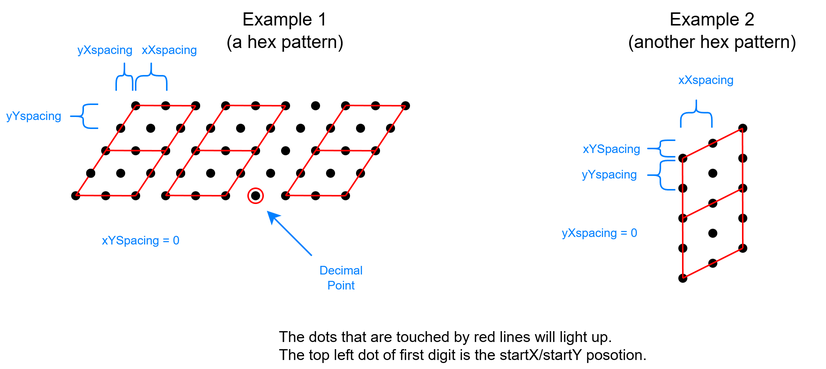
Earlier version of the draw.io export mesh_panel_temp_display_arduino/dot_diagram.png (jerry20091103/mesh_panel_temp_display). Source tidied: cells renumbered, new cells last; positions are measured from the earlier drawing's top-left corner, leaving out a move shared by most shapes.
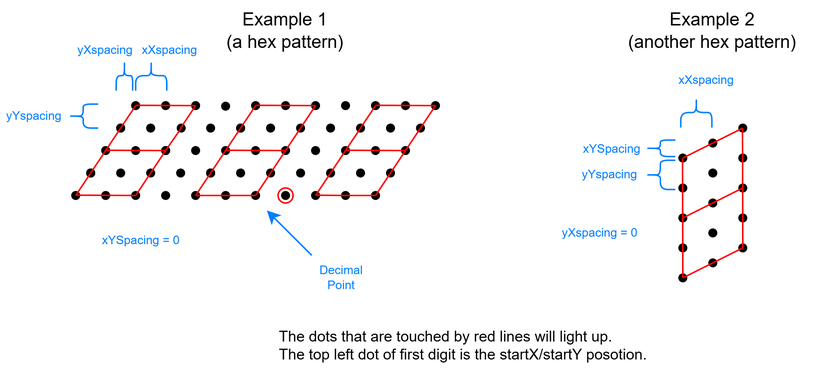
The same diagram one commit later.

Commit message:
Modify design doc and diagram.

What changed in the source:
```diff
@@ -4,2 +4,14 @@
     <mxCell id="1" parent="0" />
+    <mxCell id="78" style="shape=waypoint;sketch=0;fillStyle=solid;size=6;points=[];fillColor=none;perimeter=centerPerimeter;snapToPoint=1;" parent="1" vertex="1">
+      <mxGeometry x="220" y="120" width="20" height="20" as="geometry" />
+    </mxCell>
+    <mxCell id="127" style="shape=waypoint;sketch=0;fillStyle=solid;size=6;points=[];fillColor=none;perimeter=centerPerimeter;snapToPoint=1;" parent="1" vertex="1">
+      <mxGeometry x="110.4" y="75" width="20" height="20" as="geometry" />
+    </mxCell>
+    <mxCell id="103" style="shape=waypoint;sketch=0;fillStyle=solid;size=6;points=[];fillColor=none;perimeter=centerPerimeter;snapToPoint=1;" parent="1" vertex="1">
+      <mxGeometry x="50" y="105" width="20" height="20" as="geometry" />
+    </mxCell>
+    <mxCell id="56" style="shape=waypoint;sketch=0;fillStyle=solid;size=6;points=[];fillColor=none;perimeter=centerPerimeter;snapToPoint=1;" parent="1" vertex="1">
+      <mxGeometry x="120" y="120" width="20" height="20" as="geometry" />
+    </mxCell>
     <mxCell id="2" style="shape=waypoint;sketch=0;fillStyle=solid;size=6;fillColor=none;perimeter=centerPerimeter;" parent="1" vertex="1">
@@ -50,9 +62,9 @@
     <mxCell id="17" style="shape=waypoint;sketch=0;fillStyle=solid;size=6;fillColor=none;perimeter=centerPerimeter;" parent="1" vertex="1">
-      <mxGeometry x="130" y="75" width="20" height="20" as="geometry" />
+      <mxGeometry x="150" y="75" width="20" height="20" as="geometry" />
     </mxCell>
     <mxCell id="18" style="shape=waypoint;sketch=0;fillStyle=solid;size=6;fillColor=none;perimeter=centerPerimeter;" parent="1" vertex="1">
-      <mxGeometry x="110" y="105" width="20" height="20" as="geometry" />
+      <mxGeometry x="130" y="105" width="20" height="20" as="geometry" />
     </mxCell>
     <mxCell id="19" style="shape=waypoint;sketch=0;fillStyle=solid;size=6;fillColor=none;perimeter=centerPerimeter;" parent="1" vertex="1">
-      <mxGeometry x="110" y="105" width="20" height="20" as="geometry" />
+      <mxGeometry x="130" y="105" width="20" height="20" as="geometry" />
     </mxCell>
@@ -62,3 +74,3 @@
     <mxCell id="21" style="shape=waypoint;sketch=0;fillStyle=solid;size=6;fillColor=none;perimeter=centerPerimeter;" parent="1" vertex="1">
-      <mxGeometry x="120" y="60" width="20" height="20" as="geometry" />
+      <mxGeometry x="140" y="60.4" width="20" height="20" as="geometry" />
     </mxCell>
@@ -68,3 +80,3 @@
     <mxCell id="23" style="shape=waypoint;sketch=0;fillStyle=solid;size=6;points=[];fillColor=none;perimeter=centerPerimeter;snapToPoint=1;" parent="1" vertex="1">
-      <mxGeometry x="110" y="75" width="20" height="20" as="geometry" />
+      <mxGeometry x="130" y="75" width="20" height="20" as="geometry" />
     </mxCell>
@@ -86,39 +98,39 @@
     <mxCell id="29" style="shape=waypoint;sketch=0;fillStyle=solid;size=6;fillColor=none;perimeter=centerPerimeter;" parent="1" vertex="1">
-      <mxGeometry x="110" y="75" width="20" height="20" as="geometry" />
+      <mxGeometry x="120" y="90" width="20" height="20" as="geometry" />
     </mxCell>
     <mxCell id="30" style="shape=waypoint;sketch=0;fillStyle=solid;size=6;fillColor=none;perimeter=centerPerimeter;" parent="1" vertex="1">
-      <mxGeometry x="120" y="120" width="20" height="20" as="geometry" />
+      <mxGeometry x="140" y="120" width="20" height="20" as="geometry" />
     </mxCell>
     <mxCell id="31" style="shape=waypoint;sketch=0;fillStyle=solid;size=6;fillColor=none;perimeter=centerPerimeter;" parent="1" vertex="1">
-      <mxGeometry x="160" y="60" width="20" height="20" as="geometry" />
+      <mxGeometry x="180" y="60" width="20" height="20" as="geometry" />
     </mxCell>
     <mxCell id="32" style="shape=waypoint;sketch=0;fillStyle=solid;size=6;fillColor=none;perimeter=centerPerimeter;" parent="1" vertex="1">
-      <mxGeometry x="140" y="90" width="20" height="20" as="geometry" />
+      <mxGeometry x="160" y="90" width="20" height="20" as="geometry" />
     </mxCell>
     <mxCell id="33" style="shape=waypoint;sketch=0;fillStyle=solid;size=6;fillColor=none;perimeter=centerPerimeter;" parent="1" vertex="1">
-      <mxGeometry x="200" y="120" width="20" height="20" as="geometry" />
+      <mxGeometry x="240" y="120" width="20" height="20" as="geometry" />
     </mxCell>
     <mxCell id="34" style="shape=waypoint;sketch=0;fillStyle=solid;size=6;fillColor=none;perimeter=centerPerimeter;" parent="1" vertex="1">
-      <mxGeometry x="240" y="60" width="20" height="20" as="geometry" />
+      <mxGeometry x="260" y="60" width="20" height="20" as="geometry" />
     </mxCell>
     <mxCell id="35" style="shape=waypoint;sketch=0;fillStyle=solid;size=6;fillColor=none;perimeter=centerPerimeter;" parent="1" vertex="1">
-      <mxGeometry x="220" y="90" width="20" height="20" as="geometry" />
+      <mxGeometry x="240" y="90" width="20" height="20" as="geometry" />
     </mxCell>
     <mxCell id="36" style="shape=waypoint;sketch=0;fillStyle=solid;size=6;fillColor=none;perimeter=centerPerimeter;" parent="1" vertex="1">
-      <mxGeometry x="150" y="105" width="20" height="20" as="geometry" />
+      <mxGeometry x="170" y="105" width="20" height="20" as="geometry" />
     </mxCell>
     <mxCell id="37" style="shape=waypoint;sketch=0;fillStyle=solid;size=6;fillColor=none;perimeter=centerPerimeter;" parent="1" vertex="1">
-      <mxGeometry x="170" y="75" width="20" height="20" as="geometry" />
+      <mxGeometry x="190" y="75" width="20" height="20" as="geometry" />
     </mxCell>
     <mxCell id="38" style="shape=waypoint;sketch=0;fillStyle=solid;size=6;fillColor=none;perimeter=centerPerimeter;" parent="1" vertex="1">
-      <mxGeometry x="190" y="105" width="20" height="20" as="geometry" />
+      <mxGeometry x="210" y="105" width="20" height="20" as="geometry" />
     </mxCell>
     <mxCell id="39" style="shape=waypoint;sketch=0;fillStyle=solid;size=6;fillColor=none;perimeter=centerPerimeter;" parent="1" vertex="1">
-      <mxGeometry x="210" y="75" width="20" height="20" as="geometry" />
+      <mxGeometry x="230" y="75" width="20" height="20" as="geometry" />
     </mxCell>
     <mxCell id="40" style="shape=waypoint;sketch=0;fillStyle=solid;size=6;fillColor=none;perimeter=centerPerimeter;" parent="1" vertex="1">
-      <mxGeometry x="230" y="105" width="20" height="20" as="geometry" />
+      <mxGeometry x="250" y="105" width="20" height="20" as="geometry" />
     </mxCell>
     <mxCell id="41" style="shape=waypoint;sketch=0;fillStyle=solid;size=6;fillColor=none;perimeter=centerPerimeter;" parent="1" vertex="1">
-      <mxGeometry x="250" y="75" width="20" height="20" as="geometry" />
+      <mxGeometry x="270" y="75" width="20" height="20" as="geometry" />
     </mxCell>
@@ -128,6 +140,6 @@
     <mxCell id="43" style="shape=waypoint;sketch=0;fillStyle=solid;size=6;fillColor=none;perimeter=centerPerimeter;" parent="1" vertex="1">
-      <mxGeometry x="110" y="105" width="20" height="20" as="geometry" />
+      <mxGeometry x="130" y="105" width="20" height="20" as="geometry" />
     </mxCell>
     <mxCell id="44" style="shape=waypoint;sketch=0;fillStyle=solid;size=6;fillColor=none;perimeter=centerPerimeter;" parent="1" vertex="1">
-      <mxGeometry x="130" y="75" width="20" height="20" as="geometry" />
+      <mxGeometry x="150" y="75" width="20" height="20" as="geometry" />
     </mxCell>
@@ -137,3 +149,3 @@
     <mxCell id="46" style="shape=waypoint;sketch=0;fillStyle=solid;size=6;points=[];fillColor=none;perimeter=centerPerimeter;snapToPoint=1;" parent="1" vertex="1">
-      <mxGeometry x="180" y="120" width="20" height="20" as="geometry" />
+      <mxGeometry x="200" y="120" width="20" height="20" as="geometry" />
     </mxCell>
@@ -161,3 +173,3 @@
     <mxCell id="53" style="shape=waypoint;sketch=0;fillStyle=solid;size=6;fillColor=none;perimeter=centerPerimeter;" parent="1" vertex="1">
-      <mxGeometry x="120" y="90" width="20" height="20" as="geometry" />
+      <mxGeometry x="140" y="90" width="20" height="20" as="geometry" />
     </mxCell>
@@ -169,22 +181,19 @@
     </mxCell>
-    <mxCell id="56" style="shape=waypoint;sketch=0;fillStyle=solid;size=6;points=[];fillColor=none;perimeter=centerPerimeter;snapToPoint=1;" parent="1" vertex="1">
-      <mxGeometry x="100" y="120" width="20" height="20" as="geometry" />
-    </mxCell>
     <mxCell id="57" style="shape=waypoint;sketch=0;fillStyle=solid;size=6;fillColor=none;perimeter=centerPerimeter;" parent="1" vertex="1">
-      <mxGeometry x="140" y="60" width="20" height="20" as="geometry" />
+      <mxGeometry x="160" y="60" width="20" height="20" as="geometry" />
     </mxCell>
     <mxCell id="58" style="shape=waypoint;sketch=0;fillStyle=solid;size=6;fillColor=none;perimeter=centerPerimeter;" parent="1" vertex="1">
-      <mxGeometry x="180" y="60" width="20" height="20" as="geometry" />
+      <mxGeometry x="200" y="60" width="20" height="20" as="geometry" />
     </mxCell>
     <mxCell id="59" style="shape=waypoint;sketch=0;fillStyle=solid;size=6;fillColor=none;perimeter=centerPerimeter;" parent="1" vertex="1">
-      <mxGeometry x="160" y="90" width="20" height="20" as="geometry" />
+      <mxGeometry x="180" y="90" width="20" height="20" as="geometry" />
     </mxCell>
     <mxCell id="60" style="shape=waypoint;sketch=0;fillStyle=solid;size=6;fillColor=none;perimeter=centerPerimeter;" parent="1" vertex="1">
-      <mxGeometry x="140" y="120" width="20" height="20" as="geometry" />
+      <mxGeometry x="160" y="120" width="20" height="20" as="geometry" />
     </mxCell>
     <mxCell id="61" style="shape=waypoint;sketch=0;fillStyle=solid;size=6;fillColor=none;perimeter=centerPerimeter;" parent="1" vertex="1">
-      <mxGeometry x="180" y="90" width="20" height="20" as="geometry" />
+      <mxGeometry x="200" y="90" width="20" height="20" as="geometry" />
     </mxCell>
     <mxCell id="62" style="shape=waypoint;sketch=0;fillStyle=solid;size=6;fillColor=none;perimeter=centerPerimeter;" parent="1" vertex="1">
-      <mxGeometry x="160" y="120" width="20" height="20" as="geometry" />
+      <mxGeometry x="180" y="120" width="20" height="20" as="geometry" />
     </mxCell>
@@ -228,4 +237,4 @@
       <mxGeometry relative="1" as="geometry">
-        <mxPoint x="130" y="100" as="sourcePoint" />
-        <mxPoint x="150" y="70" as="targetPoint" />
+        <mxPoint x="150" y="100" as="sourcePoint" />
+        <mxPoint x="170" y="70" as="targetPoint" />
       </mxGeometry>
@@ -234,4 +243,4 @@
       <mxGeometry relative="1" as="geometry">
-        <mxPoint x="110" y="130" as="sourcePoint" />
-        <mxPoint x="130" y="100" as="targetPoint" />
+        <mxPoint x="130" y="130" as="sourcePoint" />
+        <mxPoint x="150" y="100" as="targetPoint" />
       </mxGeometry>
@@ -240,4 +249,4 @@
       <mxGeometry relative="1" as="geometry">
-        <mxPoint x="170" y="100" as="sourcePoint" />
-        <mxPoint x="190" y="70" as="targetPoint" />
+        <mxPoint x="190" y="100" as="sourcePoint" />
+        <mxPoint x="210" y="70" as="targetPoint" />
       </mxGeometry>
@@ -246,4 +255,4 @@
       <mxGeometry relative="1" as="geometry">
-        <mxPoint x="150" y="130" as="sourcePoint" />
-        <mxPoint x="170" y="100" as="targetPoint" />
+        <mxPoint x="170" y="130" as="sourcePoint" />
+        <mxPoint x="190" y="100" as="targetPoint" />
       </mxGeometry>
@@ -251,19 +260,16 @@
     <mxCell id="74" style="shape=waypoint;sketch=0;fillStyle=solid;size=6;points=[];fillColor=none;perimeter=centerPerimeter;snapToPoint=1;" parent="1" vertex="1">
-      <mxGeometry x="220" y="60" width="20" height="20" as="geometry" />
+      <mxGeometry x="240" y="60" width="20" height="20" as="geometry" />
     </mxCell>
     <mxCell id="75" style="shape=waypoint;sketch=0;fillStyle=solid;size=6;points=[];fillColor=none;perimeter=centerPerimeter;snapToPoint=1;" parent="1" vertex="1">
-      <mxGeometry x="260" y="60" width="20" height="20" as="geometry" />
+      <mxGeometry x="280" y="60" width="20" height="20" as="geometry" />
     </mxCell>
     <mxCell id="76" style="shape=waypoint;sketch=0;fillStyle=solid;size=6;fillColor=none;perimeter=centerPerimeter;" parent="1" vertex="1">
-      <mxGeometry x="240" y="90" width="20" height="20" as="geometry" />
+      <mxGeometry x="260" y="90" width="20" height="20" as="geometry" />
     </mxCell>
     <mxCell id="77" style="shape=waypoint;sketch=0;fillStyle=solid;size=6;points=[];fillColor=none;perimeter=centerPerimeter;snapToPoint=1;" parent="1" vertex="1">
-      <mxGeometry x="200" y="90" width="20" height="20" as="geometry" />
+      <mxGeometry x="220" y="90" width="20" height="20" as="geometry" />
     </mxCell>
-    <mxCell id="78" style="shape=waypoint;sketch=0;fillStyle=solid;size=6;points=[];fillColor=none;perimeter=centerPerimeter;snapToPoint=1;" parent="1" vertex="1">
-      <mxGeometry x="220" y="120" width="20" height="20" as="geometry" />
-    </mxCell>
     <mxCell id="79" style="endArrow=none;html=1;strokeColor=#FF0000;entryX=0.376;entryY=0.536;entryDx=0;entryDy=0;entryPerimeter=0;" parent="1" edge="1" target="75">
       <mxGeometry relative="1" as="geometry">
-        <mxPoint x="230" y="69.8" as="sourcePoint" />
+        <mxPoint x="250" y="69.8" as="sourcePoint" />
       </mxGeometry>
@@ -272,10 +278,9 @@
       <mxGeometry relative="1" as="geometry">
-        <mxPoint x="210" y="99.8" as="sourcePoint" />
-        <mxPoint x="250" y="100" as="targetPoint" />
+        <mxPoint x="230" y="99.8" as="sourcePoint" />
+        <mxPoint x="270" y="100" as="targetPoint" />
       </mxGeometry>
     </mxCell>
-    <mxCell id="81" style="endArrow=none;html=1;strokeColor=#FF0000;entryX=0.376;entryY=0.536;entryDx=0;entryDy=0;entryPerimeter=0;" parent="1" edge="1">
+    <mxCell id="81" style="endArrow=none;html=1;strokeColor=#FF0000;entryX=0.376;entryY=0.536;entryDx=0;entryDy=0;entryPerimeter=0;startArrow=none;" parent="1" edge="1" source="78">
       <mxGeometry relative="1" as="geometry">
-        <mxPoint x="190" y="129.8" as="sourcePoint" />
-        <mxPoint x="230" y="130" as="targetPoint" />
+        <mxPoint x="250" y="130" as="targetPoint" />
       </mxGeometry>
@@ -285,5 +290,6 @@
     </mxCell>
-    <mxCell id="83" style="endArrow=none;html=1;strokeColor=#FF0000;exitDx=0;exitDy=0;exitPerimeter=0;startArrow=none;" parent="1" edge="1" source="46">
+    <mxCell id="83" style="endArrow=none;html=1;strokeColor=#FF0000;exitDx=0;exitDy=0;exitPerimeter=0;startArrow=none;" parent="1" edge="1">
       <mxGeometry relative="1" as="geometry">
-        <mxPoint x="210" y="100" as="targetPoint" />
+        <mxPoint x="210" y="130" as="sourcePoint" />
+        <mxPoint x="230" y="100" as="targetPoint" />
       </mxGeometry>
@@ -292,4 +298,4 @@
       <mxGeometry relative="1" as="geometry">
-        <mxPoint x="250" y="100" as="sourcePoint" />
-        <mxPoint x="270" y="70" as="targetPoint" />
+        <mxPoint x="270" y="100" as="sourcePoint" />
+        <mxPoint x="290" y="70" as="targetPoint" />
       </mxGeometry>
@@ -298,4 +304,4 @@
       <mxGeometry relative="1" as="geometry">
-        <mxPoint x="230" y="130" as="sourcePoint" />
-        <mxPoint x="250" y="100" as="targetPoint" />
+        <mxPoint x="250" y="130" as="sourcePoint" />
+        <mxPoint x="270" y="100" as="targetPoint" />
       </mxGeometry>
@@ -303,3 +309,3 @@
     <mxCell id="86" style="shape=waypoint;sketch=0;fillStyle=solid;size=6;fillColor=none;perimeter=centerPerimeter;" parent="1" vertex="1">
-      <mxGeometry x="200" y="60" width="20" height="20" as="geometry" />
+      <mxGeometry x="220" y="60" width="20" height="20" as="geometry" />
     </mxCell>
@@ -307,4 +313,4 @@
       <mxGeometry relative="1" as="geometry">
-        <mxPoint x="207.5" y="130" as="sourcePoint" />
-        <mxPoint x="207.5" y="130" as="targetPoint" />
+        <mxPoint x="227.5" y="130" as="sourcePoint" />
+        <mxPoint x="227.5" y="130" as="targetPoint" />
       </mxGeometry>
@@ -313,4 +319,4 @@
       <mxGeometry relative="1" as="geometry">
-        <mxPoint x="150" y="69.8" as="sourcePoint" />
-        <mxPoint x="190" y="70" as="targetPoint" />
+        <mxPoint x="170" y="69.8" as="sourcePoint" />
+        <mxPoint x="210" y="70" as="targetPoint" />
       </mxGeometry>
@@ -319,10 +325,9 @@
       <mxGeometry relative="1" as="geometry">
-        <mxPoint x="130" y="99.8" as="sourcePoint" />
-        <mxPoint x="170" y="100" as="targetPoint" />
+        <mxPoint x="150" y="99.8" as="sourcePoint" />
+        <mxPoint x="190" y="100" as="targetPoint" />
       </mxGeometry>
     </mxCell>
-    <mxCell id="90" style="endArrow=none;html=1;strokeColor=#FF0000;entryX=0.376;entryY=0.536;entryDx=0;entryDy=0;entryPerimeter=0;" parent="1" edge="1">
+    <mxCell id="90" style="endArrow=none;html=1;strokeColor=#FF0000;entryX=0.376;entryY=0.536;entryDx=0;entryDy=0;entryPerimeter=0;startArrow=none;" parent="1" edge="1" source="56">
       <mxGeometry relative="1" as="geometry">
-        <mxPoint x="110" y="129.8" as="sourcePoint" />
-        <mxPoint x="150" y="130" as="targetPoint" />
+        <mxPoint x="170" y="130" as="targetPoint" />
       </mxGeometry>
@@ -330,3 +335,3 @@
     <mxCell id="91" style="ellipse;whiteSpace=wrap;html=1;strokeColor=#FF0000;fillColor=none;" parent="1" vertex="1">
-      <mxGeometry x="165" y="125" width="10" height="10" as="geometry" />
+      <mxGeometry x="185" y="125" width="10" height="10" as="geometry" />
     </mxCell>
@@ -370,8 +375,5 @@
     </mxCell>
-    <mxCell id="103" style="shape=waypoint;sketch=0;fillStyle=solid;size=6;points=[];fillColor=none;perimeter=centerPerimeter;snapToPoint=1;" parent="1" vertex="1">
-      <mxGeometry x="50" y="105" width="20" height="20" as="geometry" />
-    </mxCell>
-    <mxCell id="104" style="endArrow=none;html=1;strokeColor=#FF0000;exitX=0.544;exitY=0.396;exitDx=0;exitDy=0;exitPerimeter=0;" parent="1" edge="1" target="23">
+    <mxCell id="104" style="endArrow=none;html=1;strokeColor=#FF0000;exitDx=0;exitDy=0;exitPerimeter=0;startArrow=none;" parent="1" edge="1" source="127">
       <mxGeometry relative="1" as="geometry">
-        <mxPoint x="110" y="100" as="sourcePoint" />
+        <mxPoint x="120" y="85" as="targetPoint" />
       </mxGeometry>
@@ -384,18 +386,18 @@
     <mxCell id="106" style="shape=waypoint;sketch=0;fillStyle=solid;size=6;fillColor=none;perimeter=centerPerimeter;" parent="1" vertex="1">
-      <mxGeometry x="130" y="105" width="20" height="20" as="geometry" />
+      <mxGeometry x="150" y="105" width="20" height="20" as="geometry" />
     </mxCell>
     <mxCell id="107" style="shape=waypoint;sketch=0;fillStyle=solid;size=6;fillColor=none;perimeter=centerPerimeter;" parent="1" vertex="1">
-      <mxGeometry x="150" y="75" width="20" height="20" as="geometry" />
+      <mxGeometry x="170" y="75" width="20" height="20" as="geometry" />
     </mxCell>
     <mxCell id="108" style="shape=waypoint;sketch=0;fillStyle=solid;size=6;fillColor=none;perimeter=centerPerimeter;" parent="1" vertex="1">
-      <mxGeometry x="210" y="105" width="20" height="20" as="geometry" />
+      <mxGeometry x="230" y="105" width="20" height="20" as="geometry" />
     </mxCell>
     <mxCell id="109" style="shape=waypoint;sketch=0;fillStyle=solid;size=6;fillColor=none;perimeter=centerPerimeter;" parent="1" vertex="1">
-      <mxGeometry x="230" y="75" width="20" height="20" as="geometry" />
+      <mxGeometry x="250" y="75" width="20" height="20" as="geometry" />
     </mxCell>
     <mxCell id="110" style="shape=waypoint;sketch=0;fillStyle=solid;size=6;fillColor=none;perimeter=centerPerimeter;" parent="1" vertex="1">
-      <mxGeometry x="170" y="105" width="20" height="20" as="geometry" />
+      <mxGeometry x="190" y="105" width="20" height="20" as="geometry" />
     </mxCell>
     <mxCell id="111" style="shape=waypoint;sketch=0;fillStyle=solid;size=6;fillColor=none;perimeter=centerPerimeter;" parent="1" vertex="1">
-      <mxGeometry x="190" y="75" width="20" height="20" as="geometry" />
+      <mxGeometry x="210" y="75" width="20" height="20" as="geometry" />
     </mxCell>
@@ -457,2 +459,23 @@
     </mxCell>
+    <mxCell id="128" style="endArrow=none;html=1;strokeColor=#FF0000;entryDx=0;entryDy=0;entryPerimeter=0;" parent="1" edge="1" target="78">
+      <mxGeometry relative="1" as="geometry">
+        <mxPoint x="210" y="129.8" as="sourcePoint" />
+      </mxGeometry>
+    </mxCell>
+    <mxCell id="129" style="endArrow=none;html=1;strokeColor=#FF0000;entryDx=0;entryDy=0;entryPerimeter=0;" parent="1" edge="1" target="56">
+      <mxGeometry relative="1" as="geometry">
+        <mxPoint x="130" y="129.8" as="sourcePoint" />
+      </mxGeometry>
+    </mxCell>
+    <mxCell id="130" style="shape=waypoint;sketch=0;fillStyle=solid;size=6;fillColor=none;perimeter=centerPerimeter;" parent="1" vertex="1">
+      <mxGeometry x="110" y="105" width="20" height="20" as="geometry" />
+    </mxCell>
+    <mxCell id="131" style="shape=waypoint;sketch=0;fillStyle=solid;size=6;fillColor=none;perimeter=centerPerimeter;" parent="1" vertex="1">
+      <mxGeometry x="100" y="120" width="20" height="20" as="geometry" />
+    </mxCell>
+    <mxCell id="132" style="endArrow=none;html=1;strokeColor=#FF0000;exitX=0.544;exitY=0.396;exitDx=0;exitDy=0;exitPerimeter=0;" parent="1" edge="1" target="127">
+      <mxGeometry relative="1" as="geometry">
+        <mxPoint x="110" y="100" as="sourcePoint" />
+      </mxGeometry>
+    </mxCell>
   </root>
```
